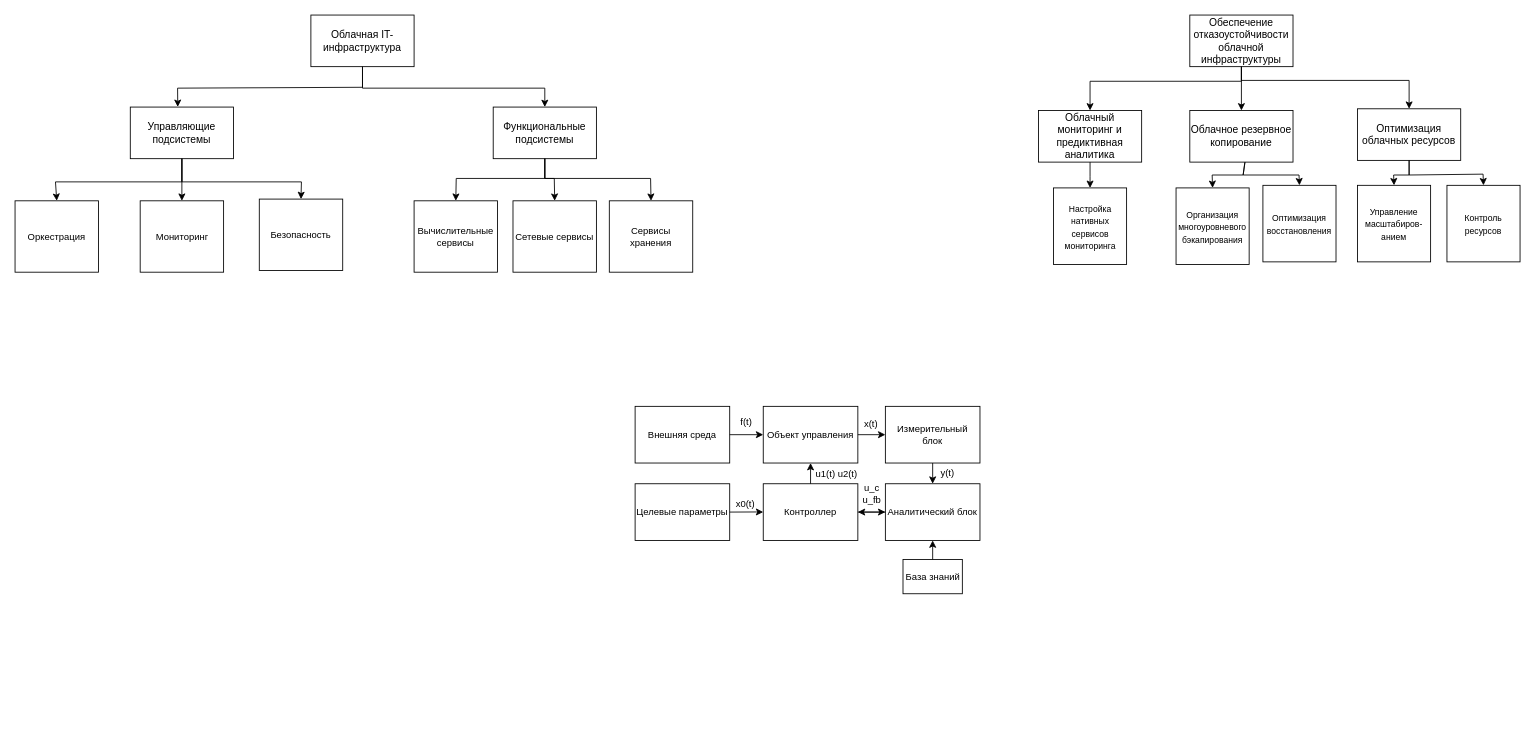
This is СистемныйАнализ.drawio from yastrov/exemplar1, a draw.io file, before an edit. Source tidied: cells renumbered, new cells numbered last; positions are measured from the earlier drawing's top-left corner, leaving out a move shared by most shapes. Both pictures are drawn from the tidied source at 86%, with x=0, y=0 at pixel (15, 15).
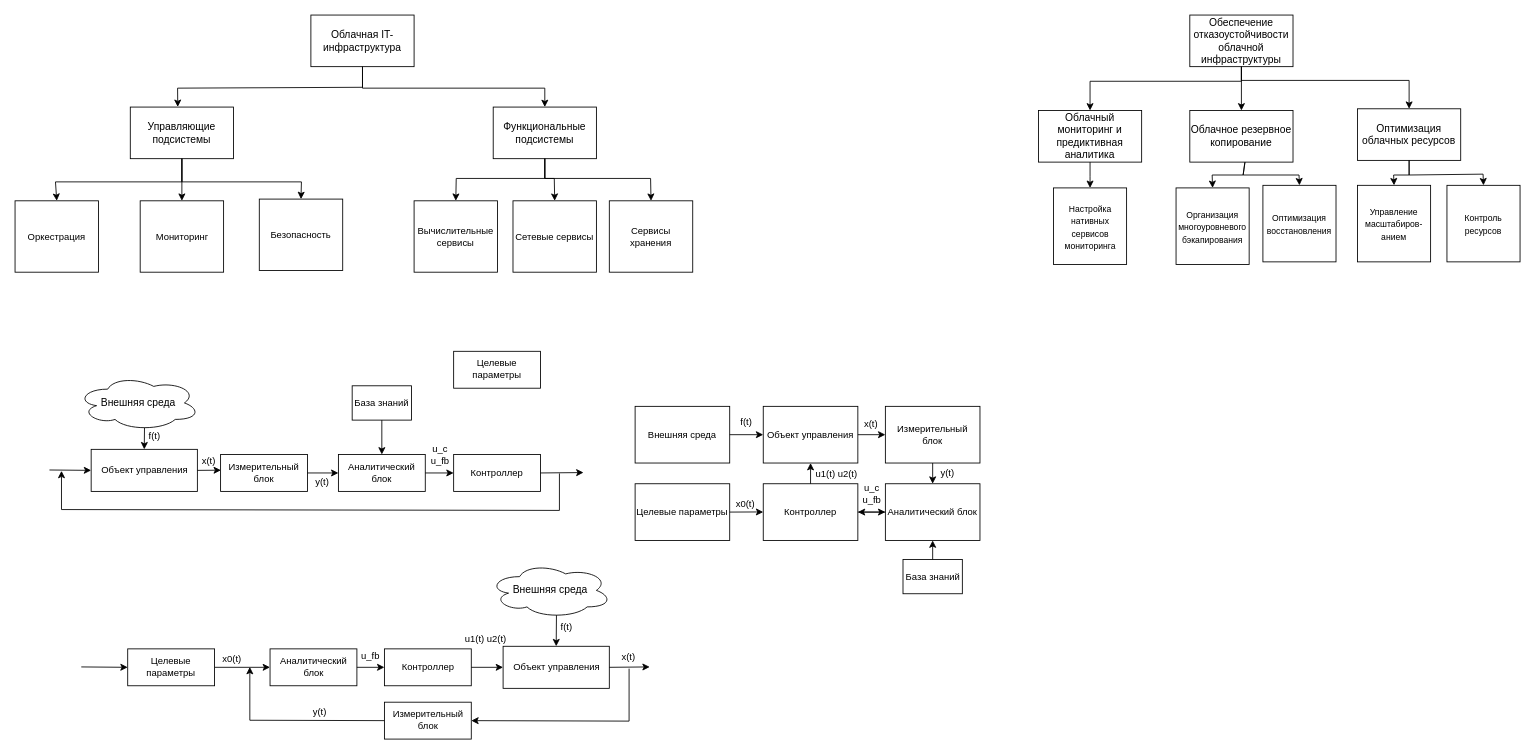
The same diagram, later.

What changed in the source:
```diff
@@
+    <mxCell id="56" value="Внешняя среда" style="shape=cloud;whiteSpace=wrap;html=1;" parent="1" vertex="1">
+      <mxGeometry x="72" y="419" width="142.8" height="64" as="geometry" />
+    </mxCell>
+    <mxCell id="57" value="&lt;font style=&quot;color: light-dark(rgb(0, 0, 0), rgb(0, 0, 0));&quot;&gt;Объект управления&lt;/font&gt;" style="rounded=0;whiteSpace=wrap;html=1;fillColor=light-dark(#FFFFFF,#FFFFFF);strokeColor=light-dark(#000000,#000000);fontSize=11;" parent="1" vertex="1">
+      <mxGeometry x="88.5" y="505" width="123.5" height="48.9" as="geometry" />
+    </mxCell>
+    <mxCell id="58" value="&lt;font style=&quot;color: light-dark(rgb(0, 0, 0), rgb(0, 0, 0));&quot;&gt;Целевые параметры&lt;/font&gt;" style="rounded=0;whiteSpace=wrap;html=1;fillColor=light-dark(#FFFFFF,#FFFFFF);strokeColor=light-dark(#000000,#000000);fontSize=11;" parent="1" vertex="1">
+      <mxGeometry x="510" y="391" width="101" height="42.9" as="geometry" />
+    </mxCell>
+    <mxCell id="59" value="Контроллер" style="rounded=0;whiteSpace=wrap;html=1;fillColor=light-dark(#FFFFFF,#FFFFFF);strokeColor=light-dark(#000000,#000000);fontSize=11;" parent="1" vertex="1">
+      <mxGeometry x="510" y="511" width="101" height="42.9" as="geometry" />
+    </mxCell>
+    <mxCell id="60" value="Аналитический блок" style="rounded=0;whiteSpace=wrap;html=1;fillColor=light-dark(#FFFFFF,#FFFFFF);strokeColor=light-dark(#000000,#000000);fontSize=11;" parent="1" vertex="1">
+      <mxGeometry x="376" y="511" width="101" height="42.9" as="geometry" />
+    </mxCell>
+    <mxCell id="61" value="Измерительный блок" style="rounded=0;whiteSpace=wrap;html=1;fillColor=light-dark(#FFFFFF,#FFFFFF);strokeColor=light-dark(#000000,#000000);fontSize=11;" parent="1" vertex="1">
+      <mxGeometry x="239" y="511" width="101" height="42.9" as="geometry" />
+    </mxCell>
+    <mxCell id="62" value="&lt;font style=&quot;color: light-dark(rgb(0, 0, 0), rgb(0, 0, 0));&quot;&gt;База знаний&lt;/font&gt;" style="rounded=0;whiteSpace=wrap;html=1;fillColor=light-dark(#FFFFFF,#FFFFFF);strokeColor=light-dark(#000000,#000000);fontSize=11;" parent="1" vertex="1">
+      <mxGeometry x="392" y="431.1" width="69" height="39.9" as="geometry" />
+    </mxCell>
+    <mxCell id="63" value="f(t)" style="endArrow=classic;html=1;rounded=0;strokeColor=light-dark(#000000,#000000);exitX=0.55;exitY=0.95;exitDx=0;exitDy=0;entryX=0.5;entryY=0;entryDx=0;entryDy=0;fontColor=light-dark(#000000,#000000);labelBackgroundColor=light-dark(#FFFFFF,#FFFFFF);exitPerimeter=0;" parent="1" edge="1" source="56" target="57">
+      <mxGeometry x="-0.2" y="12" relative="1" as="geometry" />
+    </mxCell>
+    <mxCell id="64" style="endArrow=classic;html=1;rounded=0;strokeColor=light-dark(#000000,#000000);exitX=1;exitY=0.5;exitDx=0;exitDy=0;entryX=0.004;entryY=0.425;entryDx=0;entryDy=0;entryPerimeter=0;" parent="1" edge="1" source="57" target="61">
+      <mxGeometry relative="1" as="geometry" />
+    </mxCell>
+    <mxCell id="65" value="&lt;font style=&quot;color: light-dark(rgb(0, 0, 0), rgb(0, 0, 0)); background-color: light-dark(rgb(255, 255, 255), rgb(255, 255, 255));&quot;&gt;x(t)&lt;/font&gt;" style="edgeLabel;html=1;align=center;verticalAlign=middle;" parent="64" vertex="1">
+      <mxGeometry x="-0.01" y="-1" relative="1" as="geometry">
+        <mxPoint x="-2" y="-13" as="offset" />
+      </mxGeometry>
+    </mxCell>
+    <mxCell id="66" style="endArrow=classic;html=1;rounded=0;strokeColor=light-dark(#000000,#000000);exitX=1;exitY=0.5;exitDx=0;exitDy=0;entryX=0;entryY=0.5;entryDx=0;entryDy=0;" parent="1" edge="1" source="61" target="60">
+      <mxGeometry relative="1" as="geometry" />
+    </mxCell>
+    <mxCell id="67" value="&lt;font style=&quot;color: light-dark(rgb(0, 0, 0), rgb(0, 0, 0)); background-color: light-dark(rgb(255, 255, 255), rgb(255, 255, 255));&quot;&gt;y(t)&lt;/font&gt;" style="edgeLabel;html=1;align=center;verticalAlign=middle;" parent="66" vertex="1">
+      <mxGeometry x="-0.18" y="1" relative="1" as="geometry">
+        <mxPoint x="1" y="11" as="offset" />
+      </mxGeometry>
+    </mxCell>
+    <mxCell id="68" style="endArrow=classic;html=1;rounded=0;strokeColor=light-dark(#000000,#000000);exitX=1;exitY=0.5;exitDx=0;exitDy=0;entryX=0;entryY=0.5;entryDx=0;entryDy=0;labelBackgroundColor=light-dark(#FFFFFF,#FFFFFF);fontColor=light-dark(#000000,#000000);" parent="1" edge="1" source="60" target="59">
+      <mxGeometry relative="1" as="geometry" />
+    </mxCell>
+    <mxCell id="69" value="&lt;font style=&quot;&quot;&gt;u_c&lt;/font&gt;&lt;div&gt;&lt;font style=&quot;&quot;&gt;u&lt;/font&gt;&lt;font style=&quot;&quot;&gt;_fb&lt;/font&gt;&lt;/div&gt;" style="edgeLabel;html=1;align=center;verticalAlign=middle;fontColor=light-dark(#000000,#000000);labelBackgroundColor=light-dark(#FFFFFF,#FFFFFF);" parent="68" vertex="1">
+      <mxGeometry x="-0.04" y="1" relative="1" as="geometry">
+        <mxPoint y="-20" as="offset" />
+      </mxGeometry>
+    </mxCell>
+    <mxCell id="70" style="endArrow=classic;html=1;rounded=0;strokeColor=light-dark(#000000,#000000);exitX=0.5;exitY=1;exitDx=0;exitDy=0;entryX=0.5;entryY=0;entryDx=0;entryDy=0;" parent="1" edge="1" source="62" target="60">
+      <mxGeometry relative="1" as="geometry" />
+    </mxCell>
+    <mxCell id="71" style="endArrow=classic;html=1;rounded=0;strokeColor=light-dark(#000000,#000000);entryX=0;entryY=0.5;entryDx=0;entryDy=0;" parent="1" edge="1" target="57">
+      <mxGeometry relative="1" as="geometry">
+        <mxPoint x="40" y="529" as="sourcePoint" />
+      </mxGeometry>
+    </mxCell>
+    <mxCell id="72" style="endArrow=classic;html=1;rounded=0;strokeColor=light-dark(#000000,#000000);exitX=1;exitY=0.5;exitDx=0;exitDy=0;" parent="1" edge="1" source="59">
+      <mxGeometry relative="1" as="geometry">
+        <mxPoint x="661" y="532" as="targetPoint" />
+      </mxGeometry>
+    </mxCell>
+    <mxCell id="73" style="endArrow=classic;html=1;rounded=0;strokeColor=light-dark(#000000,#000000);" parent="1" edge="1">
+      <mxGeometry relative="1" as="geometry">
+        <mxPoint x="633" y="533" as="sourcePoint" />
+        <mxPoint x="54" y="530" as="targetPoint" />
+        <Array as="points">
+          <mxPoint x="633" y="576" />
+          <mxPoint x="54" y="575" />
+        </Array>
+      </mxGeometry>
+    </mxCell>
+    <mxCell id="74" style="endArrow=classic;html=1;rounded=0;strokeColor=light-dark(#000000,#000000);exitX=1;exitY=0.5;exitDx=0;exitDy=0;entryX=0;entryY=0.5;entryDx=0;entryDy=0;" parent="1" edge="1" source="80" target="78">
+      <mxGeometry relative="1" as="geometry" />
+    </mxCell>
+    <mxCell id="75" value="&lt;font style=&quot;color: light-dark(rgb(0, 0, 0), rgb(0, 0, 0));&quot;&gt;x0(t)&lt;/font&gt;" style="edgeLabel;html=1;align=center;verticalAlign=middle;labelBackgroundColor=light-dark(#FFFFFF,#FFFFFF);" parent="74" vertex="1">
+      <mxGeometry x="0.02" y="1" relative="1" as="geometry">
+        <mxPoint x="-14" y="-9" as="offset" />
+      </mxGeometry>
+    </mxCell>
+    <mxCell id="76" value="&lt;font style=&quot;color: light-dark(rgb(0, 0, 0), rgb(0, 0, 0));&quot;&gt;Объект управления&lt;/font&gt;" style="rounded=0;whiteSpace=wrap;html=1;fillColor=light-dark(#FFFFFF,#FFFFFF);strokeColor=light-dark(#000000,#000000);fontSize=11;" parent="1" vertex="1">
+      <mxGeometry x="567.5" y="734" width="123.5" height="48.9" as="geometry" />
+    </mxCell>
+    <mxCell id="77" value="Контроллер" style="rounded=0;whiteSpace=wrap;html=1;fillColor=light-dark(#FFFFFF,#FFFFFF);strokeColor=light-dark(#000000,#000000);fontSize=11;" parent="1" vertex="1">
+      <mxGeometry x="429.5" y="737" width="101" height="42.9" as="geometry" />
+    </mxCell>
+    <mxCell id="78" value="Аналитический блок" style="rounded=0;whiteSpace=wrap;html=1;fillColor=light-dark(#FFFFFF,#FFFFFF);strokeColor=light-dark(#000000,#000000);fontSize=11;" parent="1" vertex="1">
+      <mxGeometry x="296.5" y="737" width="101" height="42.9" as="geometry" />
+    </mxCell>
+    <mxCell id="79" value="Измерительный блок" style="rounded=0;whiteSpace=wrap;html=1;fillColor=light-dark(#FFFFFF,#FFFFFF);strokeColor=light-dark(#000000,#000000);fontSize=11;" parent="1" vertex="1">
+      <mxGeometry x="429.5" y="799" width="101" height="42.9" as="geometry" />
+    </mxCell>
+    <mxCell id="80" value="&lt;font style=&quot;color: light-dark(rgb(0, 0, 0), rgb(0, 0, 0));&quot;&gt;Целевые параметры&lt;/font&gt;" style="rounded=0;whiteSpace=wrap;html=1;fillColor=light-dark(#FFFFFF,#FFFFFF);strokeColor=light-dark(#000000,#000000);fontSize=11;" parent="1" vertex="1">
+      <mxGeometry x="131" y="737" width="101" height="42.9" as="geometry" />
+    </mxCell>
+    <mxCell id="81" style="endArrow=classic;html=1;rounded=0;strokeColor=light-dark(#000000,#000000);exitX=1;exitY=0.5;exitDx=0;exitDy=0;" parent="1" edge="1" source="76">
+      <mxGeometry relative="1" as="geometry">
+        <mxPoint x="738" y="758" as="targetPoint" />
+      </mxGeometry>
+    </mxCell>
+    <mxCell id="82" value="&lt;font style=&quot;color: light-dark(rgb(0, 0, 0), rgb(0, 0, 0)); background-color: light-dark(rgb(255, 255, 255), rgb(255, 255, 255));&quot;&gt;x(t)&lt;/font&gt;" style="edgeLabel;html=1;align=center;verticalAlign=middle;" parent="81" vertex="1">
+      <mxGeometry x="-0.01" y="-1" relative="1" as="geometry">
+        <mxPoint x="-2" y="-13" as="offset" />
+      </mxGeometry>
+    </mxCell>
+    <mxCell id="83" style="endArrow=classic;html=1;rounded=0;strokeColor=light-dark(#000000,#000000);entryX=0;entryY=0.5;entryDx=0;entryDy=0;" parent="1" edge="1" target="80">
+      <mxGeometry relative="1" as="geometry">
+        <mxPoint x="77" y="758" as="sourcePoint" />
+      </mxGeometry>
+    </mxCell>
+    <mxCell id="84" style="endArrow=classic;html=1;rounded=0;strokeColor=light-dark(#000000,#000000);exitX=1;exitY=0.5;exitDx=0;exitDy=0;entryX=0;entryY=0.5;entryDx=0;entryDy=0;labelBackgroundColor=light-dark(#FFFFFF,#FFFFFF);fontColor=light-dark(#000000,#000000);" parent="1" edge="1" source="78" target="77">
+      <mxGeometry relative="1" as="geometry" />
+    </mxCell>
+    <mxCell id="85" value="&lt;br&gt;&lt;div&gt;&lt;font style=&quot;&quot;&gt;u&lt;/font&gt;&lt;font style=&quot;&quot;&gt;_fb&lt;/font&gt;&lt;/div&gt;" style="edgeLabel;html=1;align=center;verticalAlign=middle;fontColor=light-dark(#000000,#000000);labelBackgroundColor=light-dark(#FFFFFF,#FFFFFF);" parent="84" vertex="1">
+      <mxGeometry x="-0.04" y="1" relative="1" as="geometry">
+        <mxPoint y="-20" as="offset" />
+      </mxGeometry>
+    </mxCell>
+    <mxCell id="86" style="endArrow=classic;html=1;rounded=0;strokeColor=light-dark(#000000,#000000);exitX=1;exitY=0.5;exitDx=0;exitDy=0;entryX=0;entryY=0.5;entryDx=0;entryDy=0;" parent="1" edge="1" source="77" target="76">
+      <mxGeometry relative="1" as="geometry" />
+    </mxCell>
+    <mxCell id="87" value="u1(t) u2(t)" style="edgeLabel;html=1;align=center;verticalAlign=middle;labelBackgroundColor=light-dark(#FFFFFF,#FFFFFF);fontColor=light-dark(#000000,#000000);" parent="86" vertex="1">
+      <mxGeometry x="-0.03" relative="1" as="geometry">
+        <mxPoint x="-2" y="-34" as="offset" />
+      </mxGeometry>
+    </mxCell>
+    <mxCell id="88" style="endArrow=classic;html=1;rounded=0;entryX=1;entryY=0.5;entryDx=0;entryDy=0;" parent="1" edge="1" target="79">
+      <mxGeometry relative="1" as="geometry">
+        <mxPoint x="714" y="760" as="sourcePoint" />
+        <Array as="points">
+          <mxPoint x="714" y="821" />
+        </Array>
+      </mxGeometry>
+    </mxCell>
+    <mxCell id="89" style="endArrow=classic;html=1;rounded=0;exitX=0;exitY=0.5;exitDx=0;exitDy=0;" parent="1" edge="1" source="79">
+      <mxGeometry relative="1" as="geometry">
+        <mxPoint x="273" y="758" as="targetPoint" />
+        <Array as="points">
+          <mxPoint x="273" y="820" />
+        </Array>
+      </mxGeometry>
+    </mxCell>
+    <mxCell id="90" value="y(t)" style="edgeLabel;html=1;align=center;verticalAlign=middle;" parent="89" vertex="1">
+      <mxGeometry x="-0.37" relative="1" as="geometry">
+        <mxPoint x="-7" y="-11" as="offset" />
+      </mxGeometry>
+    </mxCell>
+    <mxCell id="91" value="Внешняя среда" style="shape=cloud;whiteSpace=wrap;html=1;" parent="1" vertex="1">
+      <mxGeometry x="551" y="637" width="142.8" height="64" as="geometry" />
+    </mxCell>
+    <mxCell id="92" value="f(t)" style="endArrow=classic;html=1;rounded=0;strokeColor=light-dark(#000000,#000000);exitX=0.55;exitY=0.95;exitDx=0;exitDy=0;entryX=0.5;entryY=0;entryDx=0;entryDy=0;fontColor=light-dark(#000000,#000000);labelBackgroundColor=light-dark(#FFFFFF,#FFFFFF);exitPerimeter=0;" parent="1" edge="1" source="91" target="76">
+      <mxGeometry x="-0.2" y="12" relative="1" as="geometry" />
+    </mxCell>
```
